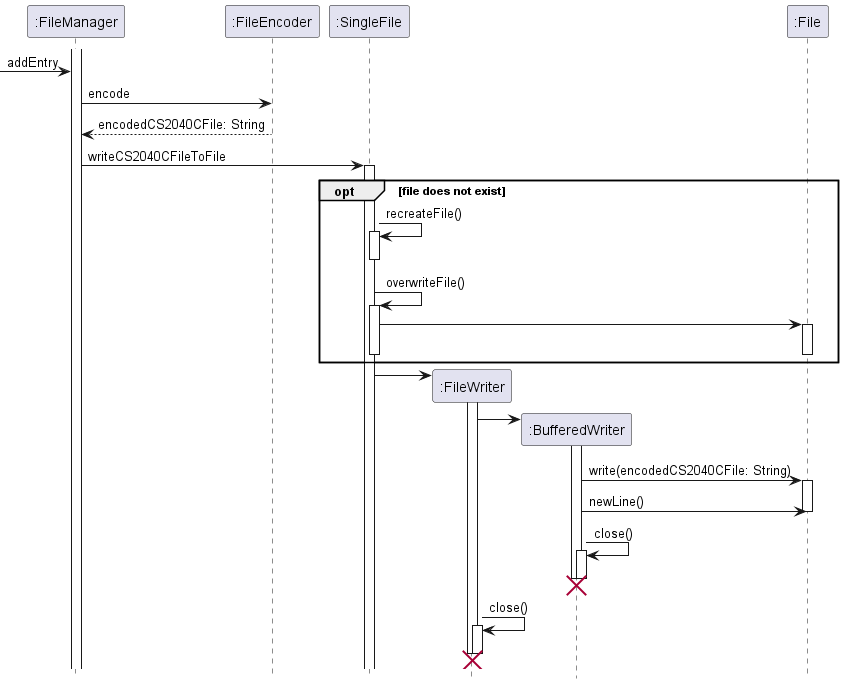
Before: docs/sequence-diagrams/diagrams/AddEntry.png, a diagram exported from PlantUML (ong-ck/tp).
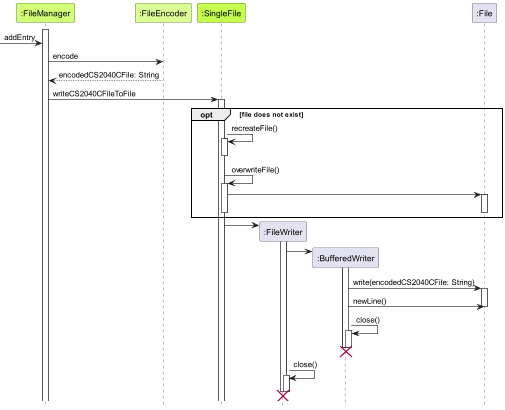
Above is the later version.

What changed in the source:
```diff
@@ -1,44 +1,45 @@
 @startuml
+!include ../../style.iuml
 hide footbox
 
-participant ":FileManager" as fm
-participant ":FileEncoder" as fe
-participant ":SingleFile" as sf
-participant ":FileWriter" as fw
-participant ":BufferedWriter" as bw
-participant ":File" as f
+participant ":FileManager" as FileManager FileManager_STYLE
+participant ":FileEncoder" as FileEncoder FileEncoder_STYLE
+participant ":SingleFile" as SingleFile SingleFile_STYLE
+participant ":FileWriter" as FileWriter
+participant ":BufferedWriter" as BufferedWriter
+participant ":File" as File
 
-activate fm
--> fm : addEntry
-fm -> fe : encode
-fe --> fm : encodedCS2040CFile: String
-fm -> sf : writeCS2040CFileToFile
-activate sf
+activate FileManager
+-> FileManager : addEntry
+FileManager -> FileEncoder : encode
+FileEncoder --> FileManager : encodedCS2040CFile: String
+FileManager -> SingleFile : writeCS2040CFileToFile
+activate SingleFile
     opt file does not exist
-        sf -> sf : recreateFile()
-        activate sf
-        deactivate sf
-        sf -> sf : overwriteFile()
-        activate sf
-        sf -> f
-        activate f
-        deactivate f
-        deactivate sf
+        SingleFile -> SingleFile : recreateFile()
+        activate SingleFile
+        deactivate SingleFile
+        SingleFile -> SingleFile : overwriteFile()
+        activate SingleFile
+        SingleFile -> File
+        activate File
+        deactivate File
+        deactivate SingleFile
     end
-sf -> fw **
-activate fw
-fw -> bw **
-activate bw
-bw -> f : write(encodedCS2040CFile: String)
-activate f
-bw -> f : newLine()
-deactivate f
-bw -> bw : close()
-activate bw
-deactivate bw
-destroy bw
-fw -> fw : close()
-activate fw
-deactivate fw
-destroy fw
+SingleFile -> FileWriter **
+activate FileWriter
+FileWriter -> BufferedWriter **
+activate BufferedWriter
+BufferedWriter -> File : write(encodedCS2040CFile: String)
+activate File
+BufferedWriter -> File : newLine()
+deactivate File
+BufferedWriter -> BufferedWriter : close()
+activate BufferedWriter
+deactivate BufferedWriter
+destroy BufferedWriter
+FileWriter -> FileWriter : close()
+activate FileWriter
+deactivate FileWriter
+destroy FileWriter
 @enduml
```
